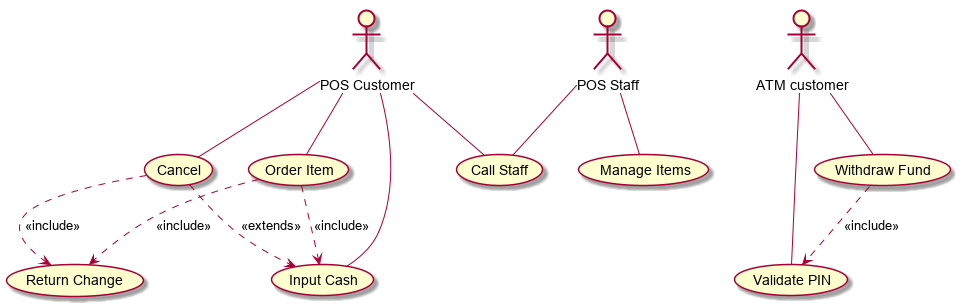
Earlier version of the PlantUML export ucDiagram.png (namtp185/frsl).
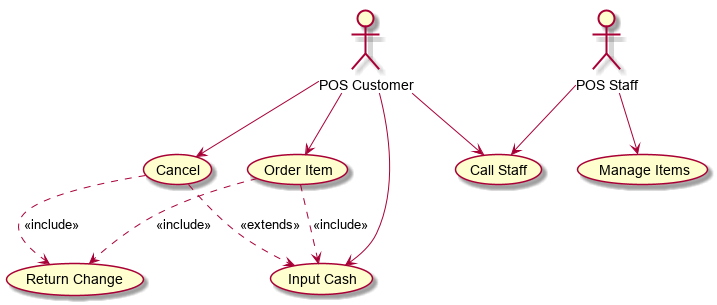
Later version of the same file.

What changed in the source:
```diff
@@ -5,22 +5,16 @@
 (Manage Items)
 (Order Item)
 (Return Change)
-(Validate PIN)
-(Withdraw Fund)
-:ATM customer:
-:ATM customer: -- (Validate PIN)
-:ATM customer: -- (Withdraw Fund)
 :POS Customer:
-:POS Customer: -- (Call Staff)
-:POS Customer: -- (Cancel)
-:POS Customer: -- (Input Cash)
-:POS Customer: -- (Order Item)
+:POS Customer: --> (Call Staff)
+:POS Customer: --> (Cancel)
+:POS Customer: --> (Input Cash)
+:POS Customer: --> (Order Item)
 :POS Staff:
-:POS Staff: -- (Call Staff)
-:POS Staff: -- (Manage Items)
+:POS Staff: --> (Call Staff)
+:POS Staff: --> (Manage Items)
 (Cancel) ..> (Input Cash) : <<extends>>
 (Cancel) ..> (Return Change) : <<include>>
 (Order Item) ..> (Input Cash) : <<include>>
 (Order Item) ..> (Return Change) : <<include>>
-(Withdraw Fund) ..> (Validate PIN) : <<include>>
 @enduml
```
